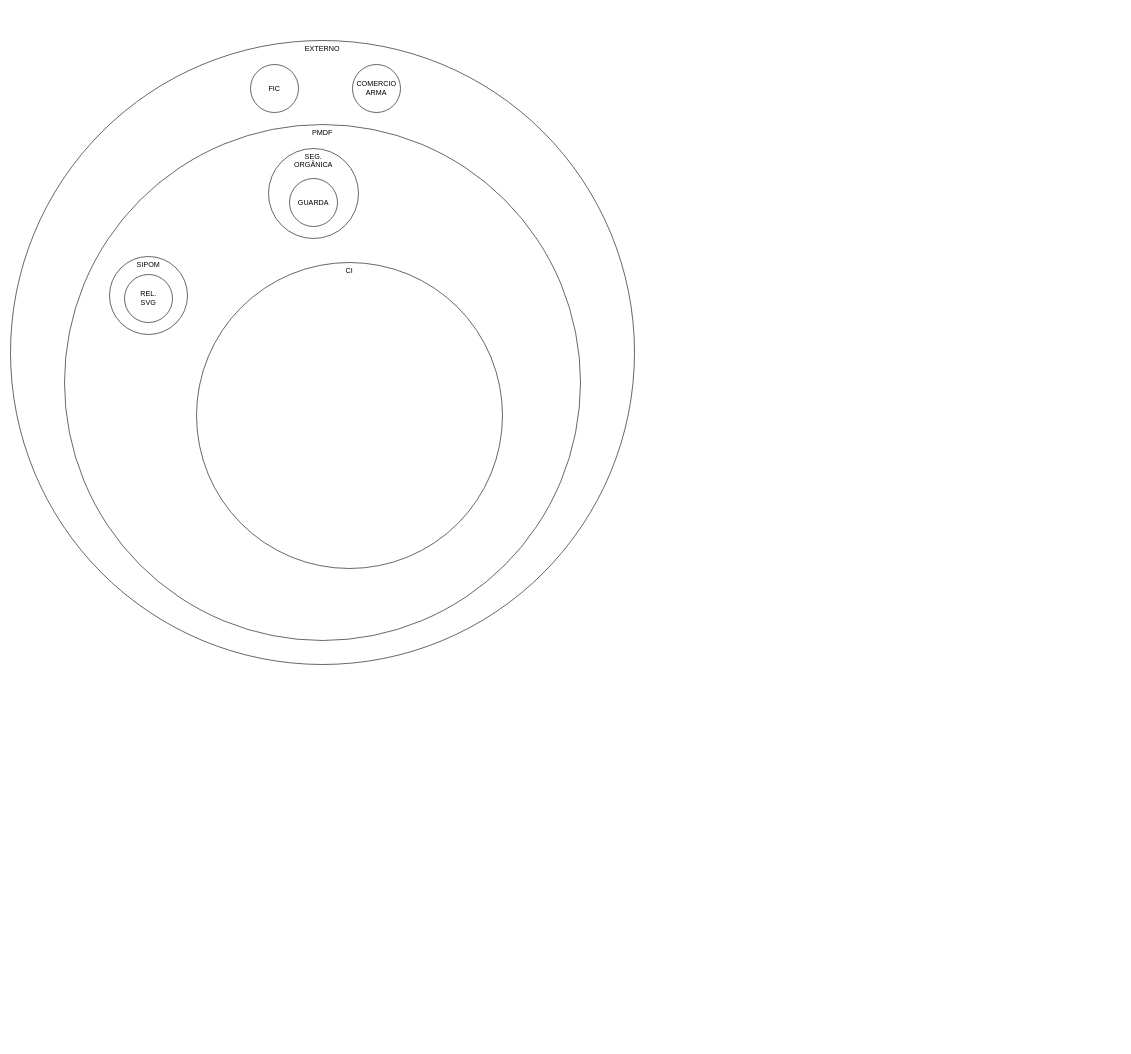
Before: Diagrama sem nome.drawio in fabionogueira/alight-ui, a draw.io diagram. Source tidied: cells renumbered, new cells numbered last; positions are measured from the earlier drawing's top-left corner, leaving out a move shared by most shapes. Both pictures are drawn from the tidied source at 60%, with x=0, y=0 at pixel (10, 40).
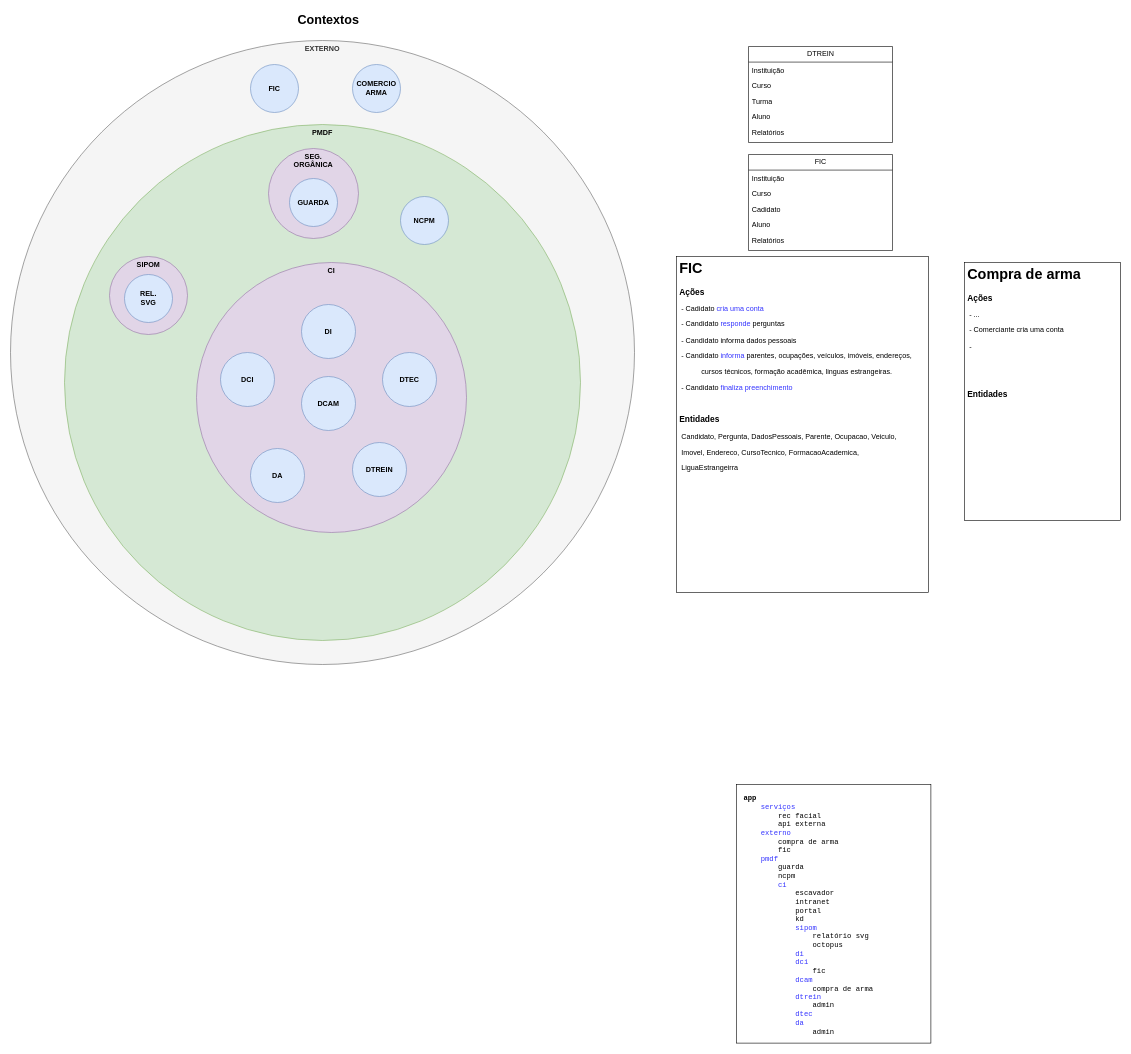
Above is the later version.

Change to the diagram source:
```diff
@@
-    <mxCell id="2" value="EXTERNO" style="ellipse;whiteSpace=wrap;html=1;verticalAlign=top;" parent="1" vertex="1">
+    <mxCell id="2" value="EXTERNO" style="ellipse;whiteSpace=wrap;html=1;verticalAlign=top;fontStyle=1;fillColor=#f5f5f5;fontColor=#333333;strokeColor=#666666;" parent="1" vertex="1">
       <mxGeometry width="1040" height="1040" as="geometry" />
     </mxCell>
-    <mxCell id="3" value="PMDF" style="ellipse;whiteSpace=wrap;html=1;verticalAlign=top;" parent="1" vertex="1">
+    <mxCell id="3" value="PMDF" style="ellipse;whiteSpace=wrap;html=1;verticalAlign=top;fontStyle=1;fillColor=#d5e8d4;strokeColor=#82b366;" parent="1" vertex="1">
       <mxGeometry x="90" y="140" width="860" height="860" as="geometry" />
     </mxCell>
-    <mxCell id="4" value="SIPOM" style="ellipse;whiteSpace=wrap;html=1;verticalAlign=top;" parent="1" vertex="1">
+    <mxCell id="4" value="SIPOM" style="ellipse;whiteSpace=wrap;html=1;verticalAlign=top;fontStyle=1;fillColor=#e1d5e7;strokeColor=#9673a6;" parent="1" vertex="1">
       <mxGeometry x="165" y="360" width="130" height="130" as="geometry" />
     </mxCell>
-    <mxCell id="5" value="FIC" style="ellipse;whiteSpace=wrap;html=1;verticalAlign=middle;" parent="1" vertex="1">
-      <mxGeometry x="400" y="40" width="80" height="80" as="geometry" />
-    </mxCell>
+    <mxCell id="11" value="FIC" style="ellipse;whiteSpace=wrap;html=1;verticalAlign=middle;fontStyle=1;fillColor=#dae8fc;strokeColor=#6c8ebf;" parent="1" vertex="1">
+      <mxGeometry x="400" y="40" width="80" height="80" as="geometry" />
+    </mxCell>
-    <mxCell id="6" value="COMERCIO&lt;br&gt;ARMA" style="ellipse;whiteSpace=wrap;html=1;verticalAlign=middle;" parent="1" vertex="1">
+    <mxCell id="6" value="COMERCIO&lt;br&gt;ARMA" style="ellipse;whiteSpace=wrap;html=1;verticalAlign=middle;fontStyle=1;fillColor=#dae8fc;strokeColor=#6c8ebf;" parent="1" vertex="1">
       <mxGeometry x="570" y="40" width="80" height="80" as="geometry" />
     </mxCell>
-    <mxCell id="7" value="SEG.&lt;br&gt;ORGÂNICA" style="ellipse;whiteSpace=wrap;html=1;verticalAlign=top;" parent="1" vertex="1">
+    <mxCell id="7" value="SEG.&lt;br&gt;ORGÂNICA" style="ellipse;whiteSpace=wrap;html=1;verticalAlign=top;fontStyle=1;fillColor=#e1d5e7;strokeColor=#9673a6;" parent="1" vertex="1">
       <mxGeometry x="430" y="180" width="150" height="150" as="geometry" />
     </mxCell>
-    <mxCell id="8" value="GUARDA" style="ellipse;whiteSpace=wrap;html=1;verticalAlign=middle;" parent="1" vertex="1">
+    <mxCell id="8" value="GUARDA" style="ellipse;whiteSpace=wrap;html=1;verticalAlign=middle;fontStyle=1;fillColor=#dae8fc;strokeColor=#6c8ebf;" parent="1" vertex="1">
       <mxGeometry x="465" y="230" width="80" height="80" as="geometry" />
     </mxCell>
-    <mxCell id="9" value="REL.&lt;br&gt;SVG" style="ellipse;whiteSpace=wrap;html=1;verticalAlign=middle;" parent="1" vertex="1">
+    <mxCell id="9" value="REL.&lt;br&gt;SVG" style="ellipse;whiteSpace=wrap;html=1;verticalAlign=middle;fontStyle=1;fillColor=#dae8fc;strokeColor=#6c8ebf;" parent="1" vertex="1">
       <mxGeometry x="190" y="390" width="80" height="80" as="geometry" />
     </mxCell>
-    <mxCell id="10" value="CI" style="ellipse;whiteSpace=wrap;html=1;verticalAlign=top;" parent="1" vertex="1">
-      <mxGeometry x="310" y="370" width="510" height="510" as="geometry" />
+    <mxCell id="10" value="CI" style="ellipse;whiteSpace=wrap;html=1;verticalAlign=top;fontStyle=1;fillColor=#e1d5e7;strokeColor=#9673a6;" parent="1" vertex="1">
+      <mxGeometry x="310" y="370" width="450" height="450" as="geometry" />
     </mxCell>
+    <mxCell id="12" value="DCI" style="ellipse;whiteSpace=wrap;html=1;verticalAlign=middle;fontStyle=1;fillColor=#dae8fc;strokeColor=#6c8ebf;" parent="1" vertex="1">
+      <mxGeometry x="350" y="520" width="90" height="90" as="geometry" />
+    </mxCell>
+    <mxCell id="13" value="DI" style="ellipse;whiteSpace=wrap;html=1;verticalAlign=middle;fontStyle=1;fillColor=#dae8fc;strokeColor=#6c8ebf;" parent="1" vertex="1">
+      <mxGeometry x="485" y="440" width="90" height="90" as="geometry" />
+    </mxCell>
+    <mxCell id="14" value="DCAM" style="ellipse;whiteSpace=wrap;html=1;verticalAlign=middle;fontStyle=1;fillColor=#dae8fc;strokeColor=#6c8ebf;" parent="1" vertex="1">
+      <mxGeometry x="485" y="560" width="90" height="90" as="geometry" />
+    </mxCell>
+    <mxCell id="15" value="DTEC" style="ellipse;whiteSpace=wrap;html=1;verticalAlign=middle;fontStyle=1;fillColor=#dae8fc;strokeColor=#6c8ebf;" parent="1" vertex="1">
+      <mxGeometry x="620" y="520" width="90" height="90" as="geometry" />
+    </mxCell>
+    <mxCell id="16" value="DA" style="ellipse;whiteSpace=wrap;html=1;verticalAlign=middle;fontStyle=1;fillColor=#dae8fc;strokeColor=#6c8ebf;" parent="1" vertex="1">
+      <mxGeometry x="400" y="680" width="90" height="90" as="geometry" />
+    </mxCell>
+    <mxCell id="17" value="DTREIN" style="ellipse;whiteSpace=wrap;html=1;verticalAlign=middle;fontStyle=1;fillColor=#dae8fc;strokeColor=#6c8ebf;" parent="1" vertex="1">
+      <mxGeometry x="570" y="670" width="90" height="90" as="geometry" />
+    </mxCell>
+    <mxCell id="18" value="Contextos" style="text;html=1;strokeColor=none;fillColor=none;align=center;verticalAlign=middle;whiteSpace=wrap;rounded=0;fontStyle=1;fontSize=21;" parent="1" vertex="1">
+      <mxGeometry x="500" y="-50" width="60" height="30" as="geometry" />
+    </mxCell>
+    <mxCell id="19" value="DTREIN" style="swimlane;fontStyle=0;horizontal=1;startSize=26;fillColor=none;html=1;" parent="1" vertex="1">
+      <mxGeometry x="1230" y="10" width="240" height="160" as="geometry" />
+    </mxCell>
+    <mxCell id="20" value="Instituição" style="text;strokeColor=none;fillColor=none;align=left;verticalAlign=top;spacingLeft=4;spacingRight=4;overflow=hidden;whiteSpace=wrap;html=1;" parent="19" vertex="1">
+      <mxGeometry y="26" width="240" height="26" as="geometry" />
+    </mxCell>
+    <mxCell id="21" value="Curso" style="text;strokeColor=none;fillColor=none;align=left;verticalAlign=top;spacingLeft=4;spacingRight=4;overflow=hidden;whiteSpace=wrap;html=1;" parent="19" vertex="1">
+      <mxGeometry y="52" width="240" height="26" as="geometry" />
+    </mxCell>
+    <mxCell id="22" value="Turma" style="text;strokeColor=none;fillColor=none;align=left;verticalAlign=top;spacingLeft=4;spacingRight=4;overflow=hidden;whiteSpace=wrap;html=1;" parent="19" vertex="1">
+      <mxGeometry y="78" width="240" height="26" as="geometry" />
+    </mxCell>
+    <mxCell id="23" value="Aluno" style="text;strokeColor=none;fillColor=none;align=left;verticalAlign=top;spacingLeft=4;spacingRight=4;overflow=hidden;whiteSpace=wrap;html=1;" parent="19" vertex="1">
+      <mxGeometry y="104" width="240" height="26" as="geometry" />
+    </mxCell>
+    <mxCell id="24" value="Relatórios" style="text;strokeColor=none;fillColor=none;align=left;verticalAlign=top;spacingLeft=4;spacingRight=4;overflow=hidden;whiteSpace=wrap;html=1;" parent="19" vertex="1">
+      <mxGeometry y="130" width="240" height="30" as="geometry" />
+    </mxCell>
+    <mxCell id="25" value="FIC" style="swimlane;fontStyle=0;horizontal=1;startSize=26;fillColor=none;html=1;" parent="1" vertex="1">
+      <mxGeometry x="1230" y="190" width="240" height="160" as="geometry" />
+    </mxCell>
+    <mxCell id="26" value="Instituição" style="text;strokeColor=none;fillColor=none;align=left;verticalAlign=top;spacingLeft=4;spacingRight=4;overflow=hidden;whiteSpace=wrap;html=1;" parent="25" vertex="1">
+      <mxGeometry y="26" width="240" height="26" as="geometry" />
+    </mxCell>
+    <mxCell id="27" value="Curso" style="text;strokeColor=none;fillColor=none;align=left;verticalAlign=top;spacingLeft=4;spacingRight=4;overflow=hidden;whiteSpace=wrap;html=1;" parent="25" vertex="1">
+      <mxGeometry y="52" width="240" height="26" as="geometry" />
+    </mxCell>
+    <mxCell id="28" value="Cadidato" style="text;strokeColor=none;fillColor=none;align=left;verticalAlign=top;spacingLeft=4;spacingRight=4;overflow=hidden;whiteSpace=wrap;html=1;" parent="25" vertex="1">
+      <mxGeometry y="78" width="240" height="26" as="geometry" />
+    </mxCell>
+    <mxCell id="29" value="Aluno" style="text;strokeColor=none;fillColor=none;align=left;verticalAlign=top;spacingLeft=4;spacingRight=4;overflow=hidden;whiteSpace=wrap;html=1;" parent="25" vertex="1">
+      <mxGeometry y="104" width="240" height="26" as="geometry" />
+    </mxCell>
+    <mxCell id="30" value="Relatórios" style="text;strokeColor=none;fillColor=none;align=left;verticalAlign=top;spacingLeft=4;spacingRight=4;overflow=hidden;whiteSpace=wrap;html=1;" parent="25" vertex="1">
+      <mxGeometry y="130" width="240" height="30" as="geometry" />
+    </mxCell>
+    <mxCell id="31" value="NCPM" style="ellipse;whiteSpace=wrap;html=1;verticalAlign=middle;fontStyle=1;fillColor=#dae8fc;strokeColor=#6c8ebf;" parent="1" vertex="1">
+      <mxGeometry x="650" y="260" width="80" height="80" as="geometry" />
+    </mxCell>
+    <mxCell id="32" value="&lt;h1&gt;FIC&lt;/h1&gt;&lt;p&gt;&lt;b&gt;&lt;font style=&quot;font-size: 14px;&quot;&gt;Ações&lt;/font&gt;&lt;/b&gt;&lt;/p&gt;&lt;p&gt;&lt;span style=&quot;white-space: pre;&quot;&gt; &lt;/span&gt;- Cadidato &lt;font color=&quot;#3333ff&quot;&gt;cria uma conta&lt;/font&gt;&lt;br&gt;&lt;/p&gt;&lt;p&gt;&lt;span style=&quot;white-space: pre;&quot;&gt; &lt;/span&gt;- Candidato &lt;font color=&quot;#3333ff&quot;&gt;responde&lt;/font&gt; perguntas&lt;br&gt;&lt;/p&gt;&lt;p&gt;&lt;span style=&quot;white-space: pre;&quot;&gt; &lt;/span&gt;- Candidato informa dados pessoais&lt;br&gt;&lt;/p&gt;&lt;p&gt;&lt;span style=&quot;white-space: pre;&quot;&gt; &lt;/span&gt;- Candidato &lt;font color=&quot;#3333ff&quot;&gt;informa&lt;/font&gt; parentes, ocupações, veículos, imóveis, endereços,&lt;br&gt;&lt;/p&gt;&lt;p&gt;&amp;nbsp; &amp;nbsp; &amp;nbsp; &amp;nbsp; &amp;nbsp; &amp;nbsp;cursos técnicos, formação acadêmica, linguas estrangeiras.&lt;/p&gt;&lt;p&gt;&lt;span style=&quot;white-space: pre;&quot;&gt; &lt;/span&gt;- Candidato &lt;font color=&quot;#3333ff&quot;&gt;finaliza preenchimento&lt;/font&gt;&lt;br&gt;&lt;/p&gt;&lt;p&gt;&lt;br&gt;&lt;/p&gt;&lt;p&gt;&lt;b&gt;&lt;font style=&quot;font-size: 14px;&quot;&gt;Entidades&lt;/font&gt;&lt;/b&gt;&lt;/p&gt;&lt;p&gt;&lt;span style=&quot;white-space: pre;&quot;&gt; &lt;/span&gt;Candidato,&amp;nbsp;&lt;span style=&quot;background-color: initial;&quot;&gt;Pergunta,&lt;/span&gt;&lt;span style=&quot;background-color: initial;&quot;&gt;&amp;nbsp;DadosPessoais,&amp;nbsp;&lt;/span&gt;&lt;span style=&quot;background-color: initial;&quot;&gt;Parente, Ocupacao, Veiculo,&lt;/span&gt;&lt;/p&gt;&lt;p&gt;&lt;span style=&quot;background-color: initial;&quot;&gt;&lt;span style=&quot;white-space: pre;&quot;&gt; &lt;/span&gt;Imovel, Endereco, CursoTecnico, FormacaoAcademica,&lt;/span&gt;&lt;/p&gt;&lt;p&gt;&lt;span style=&quot;background-color: initial;&quot;&gt;&lt;span style=&quot;white-space: pre;&quot;&gt; &lt;/span&gt;LiguaEstrangeirra&lt;/span&gt;&lt;/p&gt;&lt;p&gt;&lt;span style=&quot;white-space: pre;&quot;&gt; &lt;/span&gt;&lt;br&gt;&lt;/p&gt;&lt;p&gt;&lt;br&gt;&lt;/p&gt;" style="text;html=1;strokeColor=default;fillColor=none;spacing=5;spacingTop=-20;whiteSpace=wrap;overflow=hidden;rounded=0;perimeterSpacing=0;" parent="1" vertex="1">
+      <mxGeometry x="1110" y="360" width="420" height="560" as="geometry" />
+    </mxCell>
+    <mxCell id="33" value="&lt;h1&gt;Compra de arma&lt;/h1&gt;&lt;p&gt;&lt;b&gt;&lt;font style=&quot;font-size: 14px;&quot;&gt;Ações&lt;/font&gt;&lt;/b&gt;&lt;/p&gt;&lt;p&gt;&lt;span style=&quot;white-space: pre;&quot;&gt; &lt;/span&gt;- ...&lt;/p&gt;&lt;p&gt;&lt;span style=&quot;white-space: pre;&quot;&gt; &lt;/span&gt;- Comerciante cria uma conta&lt;br&gt;&lt;/p&gt;&lt;p&gt;&lt;span style=&quot;white-space: pre;&quot;&gt; &lt;/span&gt;-&amp;nbsp;&lt;/p&gt;&lt;p&gt;&lt;br&gt;&lt;/p&gt;&lt;p&gt;&lt;br&gt;&lt;/p&gt;&lt;p&gt;&lt;b&gt;&lt;font style=&quot;font-size: 14px;&quot;&gt;Entidades&lt;/font&gt;&lt;/b&gt;&lt;/p&gt;&lt;p&gt;&lt;br&gt;&lt;/p&gt;&lt;p&gt;&lt;br&gt;&lt;/p&gt;" style="text;html=1;strokeColor=default;fillColor=none;spacing=5;spacingTop=-20;whiteSpace=wrap;overflow=hidden;rounded=0;" parent="1" vertex="1">
+      <mxGeometry x="1590" y="370" width="260" height="430" as="geometry" />
+    </mxCell>
+    <mxCell id="34" value="&lt;b&gt;app&lt;br&gt;&lt;/b&gt;&amp;nbsp; &amp;nbsp; &lt;font color=&quot;#3333ff&quot;&gt;serviços&lt;/font&gt;&lt;br&gt;&amp;nbsp; &amp;nbsp; &amp;nbsp; &amp;nbsp; rec facial&lt;br&gt;&amp;nbsp; &amp;nbsp; &amp;nbsp; &amp;nbsp; api externa&lt;br&gt;&amp;nbsp; &amp;nbsp; &lt;font color=&quot;#3333ff&quot;&gt;externo&lt;/font&gt;&lt;br&gt;&amp;nbsp; &amp;nbsp; &amp;nbsp; &amp;nbsp; compra de arma&lt;br&gt;&amp;nbsp; &amp;nbsp; &amp;nbsp; &amp;nbsp; fic&lt;br&gt;&amp;nbsp; &amp;nbsp; &lt;font color=&quot;#3333ff&quot;&gt;pmdf&lt;/font&gt;&lt;br&gt;&amp;nbsp; &amp;nbsp; &amp;nbsp; &amp;nbsp; guarda&lt;br&gt;&amp;nbsp; &amp;nbsp; &amp;nbsp; &amp;nbsp; ncpm&lt;br&gt;&amp;nbsp; &amp;nbsp; &amp;nbsp; &amp;nbsp; &lt;font color=&quot;#3333ff&quot;&gt;ci&lt;/font&gt;&lt;br&gt;&amp;nbsp; &amp;nbsp; &amp;nbsp; &amp;nbsp; &amp;nbsp; &amp;nbsp; escavador&lt;br&gt;&amp;nbsp; &amp;nbsp; &amp;nbsp; &amp;nbsp; &amp;nbsp; &amp;nbsp; intranet&lt;br&gt;&amp;nbsp; &amp;nbsp; &amp;nbsp; &amp;nbsp; &amp;nbsp; &amp;nbsp; portal&lt;br&gt;&amp;nbsp; &amp;nbsp; &amp;nbsp; &amp;nbsp; &amp;nbsp; &amp;nbsp; kd&lt;br&gt;&amp;nbsp; &amp;nbsp; &amp;nbsp; &amp;nbsp; &amp;nbsp; &amp;nbsp; &lt;font color=&quot;#3333ff&quot;&gt;sipom&lt;/font&gt;&lt;br style=&quot;border-color: var(--border-color);&quot;&gt;&amp;nbsp; &amp;nbsp; &amp;nbsp; &amp;nbsp; &amp;nbsp; &amp;nbsp; &amp;nbsp; &amp;nbsp; relatório svg&lt;br style=&quot;border-color: var(--border-color);&quot;&gt;&amp;nbsp; &amp;nbsp; &amp;nbsp; &amp;nbsp; &amp;nbsp; &amp;nbsp; &amp;nbsp; &amp;nbsp; octopus&lt;br&gt;&amp;nbsp; &amp;nbsp; &amp;nbsp; &amp;nbsp; &amp;nbsp; &amp;nbsp; &lt;font color=&quot;#3333ff&quot;&gt;di&lt;/font&gt;&lt;br&gt;&amp;nbsp; &amp;nbsp; &amp;nbsp; &amp;nbsp; &amp;nbsp; &amp;nbsp; &lt;font color=&quot;#3333ff&quot;&gt;dci&lt;/font&gt;&lt;br&gt;&amp;nbsp; &amp;nbsp; &amp;nbsp; &amp;nbsp; &amp;nbsp; &amp;nbsp; &amp;nbsp; &amp;nbsp; fic&lt;br&gt;&amp;nbsp; &amp;nbsp; &amp;nbsp; &amp;nbsp; &amp;nbsp; &amp;nbsp; &lt;font color=&quot;#3333ff&quot;&gt;dcam&lt;/font&gt;&lt;br&gt;&amp;nbsp; &amp;nbsp; &amp;nbsp; &amp;nbsp; &amp;nbsp; &amp;nbsp; &amp;nbsp; &amp;nbsp; compra de arma&lt;br&gt;&amp;nbsp; &amp;nbsp; &amp;nbsp; &amp;nbsp; &amp;nbsp; &amp;nbsp; &lt;font color=&quot;#3333ff&quot;&gt;dtrein&lt;/font&gt;&lt;br&gt;&amp;nbsp; &amp;nbsp; &amp;nbsp; &amp;nbsp; &amp;nbsp; &amp;nbsp; &amp;nbsp; &amp;nbsp; admin&lt;br&gt;&amp;nbsp; &amp;nbsp; &amp;nbsp; &amp;nbsp; &amp;nbsp; &amp;nbsp; &lt;font color=&quot;#3333ff&quot;&gt;dtec&lt;/font&gt;&lt;br&gt;&amp;nbsp; &amp;nbsp; &amp;nbsp; &amp;nbsp; &amp;nbsp; &amp;nbsp; &lt;font color=&quot;#3333ff&quot;&gt;da&lt;/font&gt;&lt;br&gt;&amp;nbsp; &amp;nbsp; &amp;nbsp; &amp;nbsp; &amp;nbsp; &amp;nbsp; &amp;nbsp; &amp;nbsp; admin" style="text;whiteSpace=wrap;html=1;fontFamily=Courier New;strokeColor=default;spacingLeft=10;spacingTop=10;spacingBottom=10;spacingRight=10;" parent="1" vertex="1">
+      <mxGeometry x="1210" y="1240" width="324" height="431" as="geometry" />
+    </mxCell>
```
